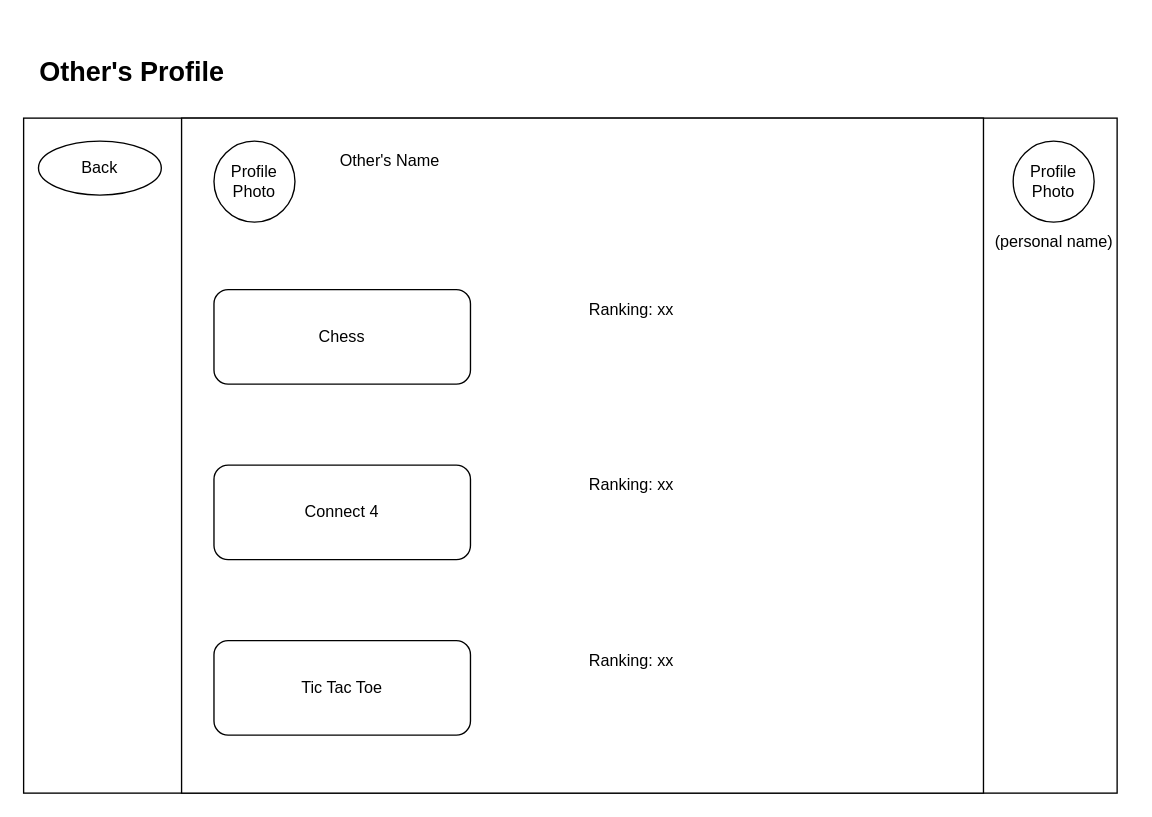
The draw.io diagram GUI/User Profile.drawio in Ri-html/SENG-300-FINAL-GROUP-PROJECT, before the edit. Source tidied: cells renumbered, new cells numbered last; positions are measured from the earlier drawing's top-left corner, leaving out a move shared by most shapes. Both pictures are drawn from the tidied source at 135%, with x=0, y=0 at pixel (23, 23).
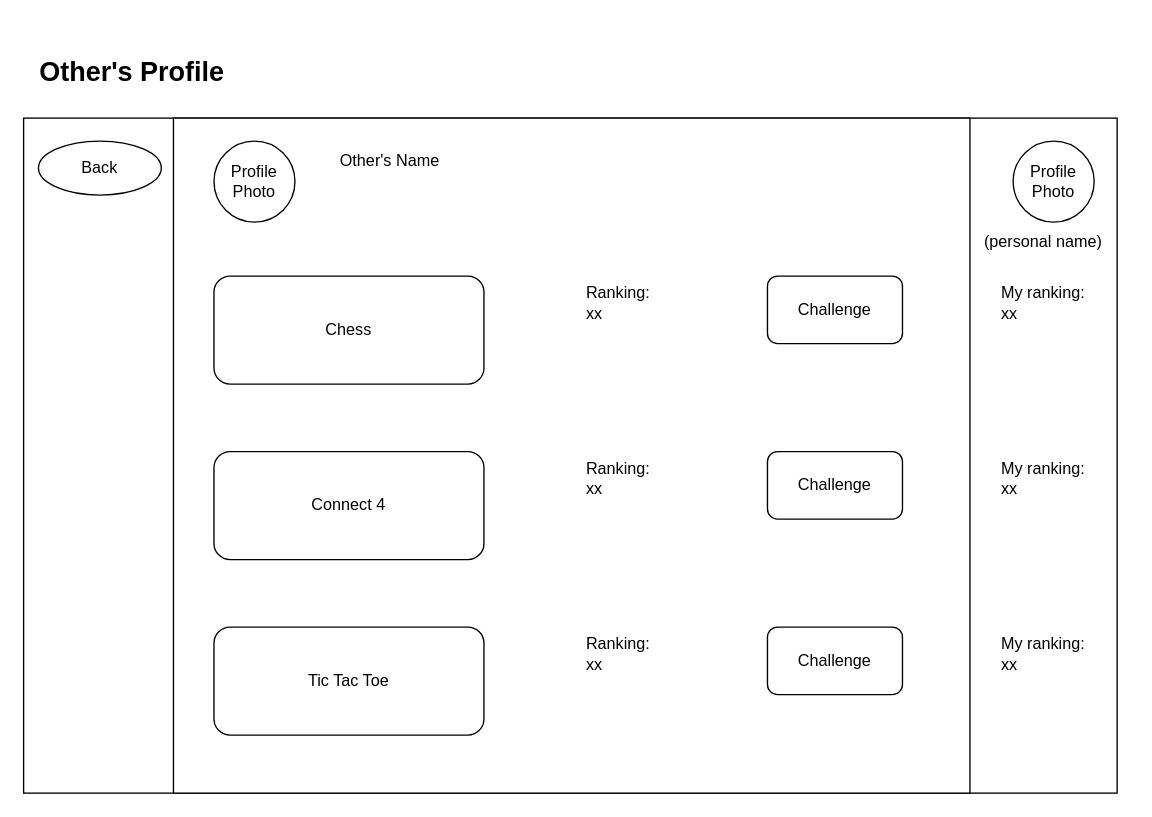
Above is the later version.

Commit message (it also covers changes not shown here):
Challenge buttons added My ranking added

The edit, as a diff of the source:
```diff
@@
     <mxCell id="5" value="(personal name)" style="text;html=1;align=center;verticalAlign=middle;strokeColor=none;fillColor=none;" parent="1" vertex="1">
-      <mxGeometry x="708" y="147" width="110" height="30" as="geometry" />
+      <mxGeometry x="700" y="147" width="110" height="30" as="geometry" />
     </mxCell>
@@
     <mxCell id="7" style="rounded=0;whiteSpace=wrap;html=1;" parent="1" vertex="1">
-      <mxGeometry x="117" y="70" width="594" height="500" as="geometry" />
+      <mxGeometry x="111" y="70" width="590" height="500" as="geometry" />
     </mxCell>
@@
     <mxCell id="10" value="Chess" style="rounded=1;whiteSpace=wrap;html=1;strokeColor=default;align=center;verticalAlign=middle;fontFamily=Helvetica;fontSize=12;fontColor=default;fillColor=default;" parent="1" vertex="1">
-      <mxGeometry x="141" y="197" width="190" height="70" as="geometry" />
+      <mxGeometry x="141" y="187" width="200" height="80" as="geometry" />
     </mxCell>
     <mxCell id="11" value="Tic Tac Toe" style="rounded=1;whiteSpace=wrap;html=1;strokeColor=default;align=center;verticalAlign=middle;fontFamily=Helvetica;fontSize=12;fontColor=default;fillColor=default;" parent="1" vertex="1">
-      <mxGeometry x="141" y="457" width="190" height="70" as="geometry" />
+      <mxGeometry x="141" y="447" width="200" height="80" as="geometry" />
     </mxCell>
     <mxCell id="12" value="Connect 4" style="rounded=1;whiteSpace=wrap;html=1;strokeColor=default;align=center;verticalAlign=middle;fontFamily=Helvetica;fontSize=12;fontColor=default;fillColor=default;" parent="1" vertex="1">
-      <mxGeometry x="141" y="327" width="190" height="70" as="geometry" />
+      <mxGeometry x="141" y="317" width="200" height="80" as="geometry" />
     </mxCell>
-    <mxCell id="13" value="Ranking: xx" style="text;html=1;align=center;verticalAlign=middle;strokeColor=none;fillColor=none;" parent="1" vertex="1">
-      <mxGeometry x="405" y="457" width="90" height="30" as="geometry" />
+    <mxCell id="13" value="Ranking:&amp;nbsp;&lt;div&gt;xx&lt;/div&gt;" style="text;html=1;align=left;verticalAlign=middle;strokeColor=none;fillColor=none;" parent="1" vertex="1">
+      <mxGeometry x="415" y="447" width="70" height="40" as="geometry" />
     </mxCell>
-    <mxCell id="14" value="Ranking: xx" style="text;html=1;align=center;verticalAlign=middle;strokeColor=none;fillColor=none;" parent="1" vertex="1">
-      <mxGeometry x="405" y="327" width="90" height="30" as="geometry" />
+    <mxCell id="14" value="Ranking:&amp;nbsp;&lt;div&gt;xx&lt;/div&gt;" style="text;html=1;align=left;verticalAlign=middle;strokeColor=none;fillColor=none;" parent="1" vertex="1">
+      <mxGeometry x="415" y="317" width="70" height="40" as="geometry" />
     </mxCell>
-    <mxCell id="15" value="Ranking: xx" style="text;html=1;align=center;verticalAlign=middle;strokeColor=none;fillColor=none;" parent="1" vertex="1">
-      <mxGeometry x="405" y="197" width="90" height="30" as="geometry" />
+    <mxCell id="15" value="Ranking:&amp;nbsp;&lt;div&gt;xx&lt;/div&gt;" style="text;html=1;align=left;verticalAlign=middle;strokeColor=none;fillColor=none;" parent="1" vertex="1">
+      <mxGeometry x="415" y="187" width="70" height="40" as="geometry" />
     </mxCell>
+    <mxCell id="16" value="My ranking:&lt;br&gt;&lt;div style=&quot;text-align: left;&quot;&gt;&lt;span style=&quot;background-color: initial;&quot;&gt;xx&lt;/span&gt;&lt;/div&gt;" style="text;html=1;align=center;verticalAlign=middle;strokeColor=none;fillColor=none;" parent="1" vertex="1">
+      <mxGeometry x="710" y="187" width="90" height="40" as="geometry" />
+    </mxCell>
+    <mxCell id="17" value="My ranking:&lt;br&gt;&lt;div style=&quot;text-align: left;&quot;&gt;&lt;span style=&quot;background-color: initial;&quot;&gt;xx&lt;/span&gt;&lt;/div&gt;" style="text;html=1;align=center;verticalAlign=middle;strokeColor=none;fillColor=none;" parent="1" vertex="1">
+      <mxGeometry x="710" y="317" width="90" height="40" as="geometry" />
+    </mxCell>
+    <mxCell id="18" value="My ranking:&lt;br&gt;&lt;div style=&quot;text-align: left;&quot;&gt;&lt;span style=&quot;background-color: initial;&quot;&gt;xx&lt;/span&gt;&lt;/div&gt;" style="text;html=1;align=center;verticalAlign=middle;strokeColor=none;fillColor=none;" parent="1" vertex="1">
+      <mxGeometry x="710" y="447" width="90" height="40" as="geometry" />
+    </mxCell>
+    <mxCell id="19" value="Challenge" style="rounded=1;whiteSpace=wrap;html=1;" parent="1" vertex="1">
+      <mxGeometry x="551" y="187" width="100" height="50" as="geometry" />
+    </mxCell>
+    <mxCell id="20" value="Challenge" style="rounded=1;whiteSpace=wrap;html=1;" parent="1" vertex="1">
+      <mxGeometry x="551" y="317" width="100" height="50" as="geometry" />
+    </mxCell>
+    <mxCell id="21" value="Challenge" style="rounded=1;whiteSpace=wrap;html=1;" parent="1" vertex="1">
+      <mxGeometry x="551" y="447" width="100" height="50" as="geometry" />
+    </mxCell>
```
